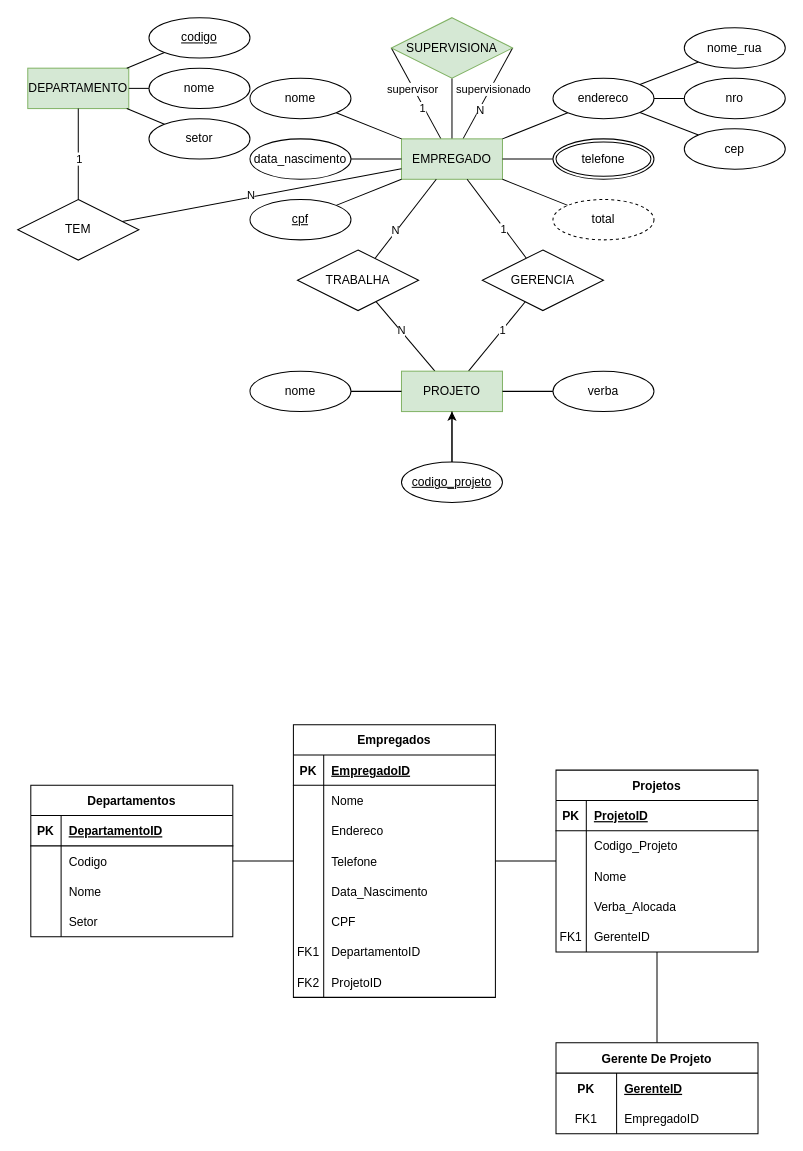
Above: aula2-minimundo-empresa.drawio in AristoEinstein/db-fundamentals (draw.io), before the change. Source tidied: cells renumbered, new cells numbered last; positions are measured from the earlier drawing's top-left corner, leaving out a move shared by most shapes. Both pictures are drawn from the tidied source at 101%, with x=0, y=0 at pixel (17, 17).
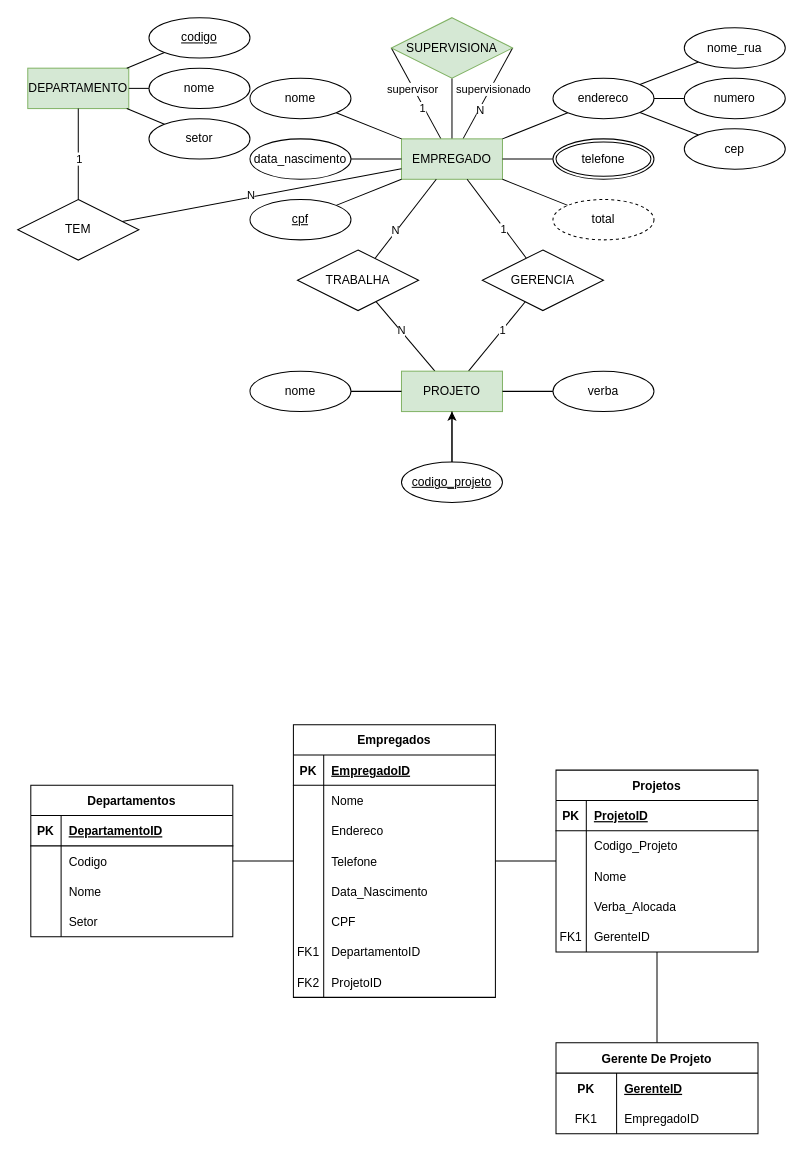
After the change.

What changed in the source:
```diff
@@
-    <mxCell id="102" value="nro" style="ellipse;whiteSpace=wrap;html=1;align=center;" parent="1" vertex="1">
+    <mxCell id="102" value="numero" style="ellipse;whiteSpace=wrap;html=1;align=center;" parent="1" vertex="1">
       <mxGeometry x="660" y="60" width="100" height="40" as="geometry" />
     </mxCell>
```
